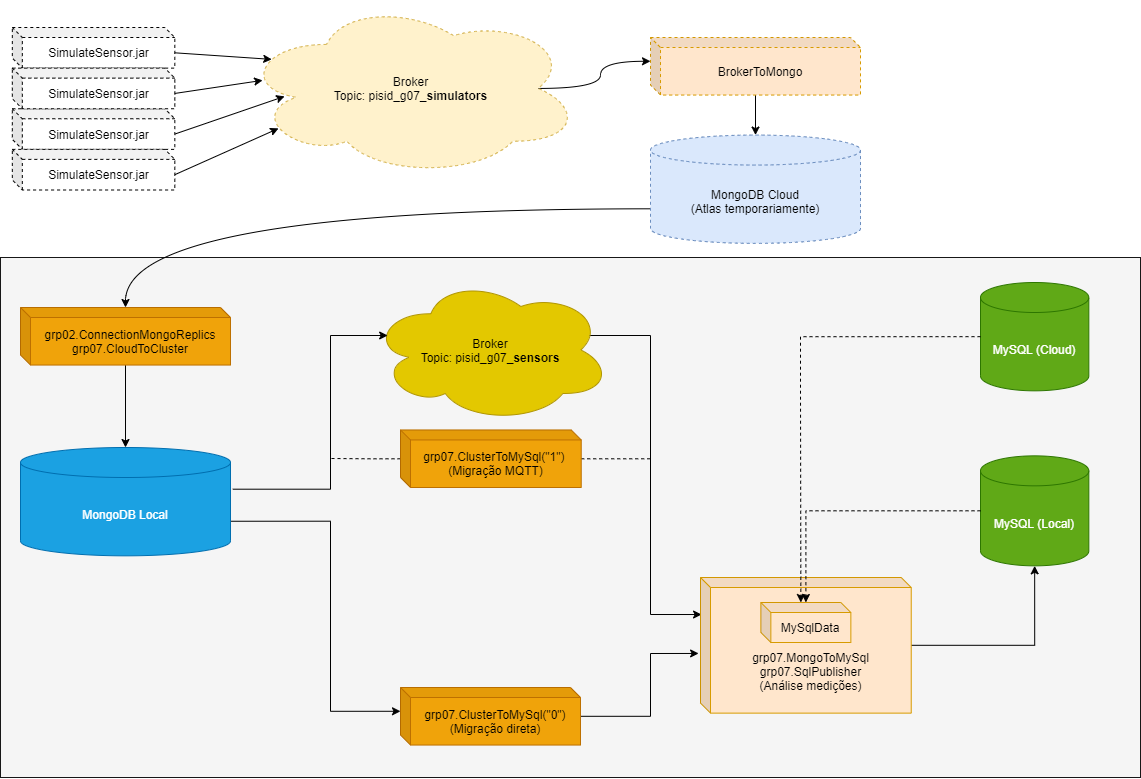
The draw.io diagram java-app/app-scheme.png in gui-ant/psid, before a commit. Source tidied: cells renumbered, new cells last; positions are measured from the earlier drawing's top-left corner, leaving out a move shared by most shapes.
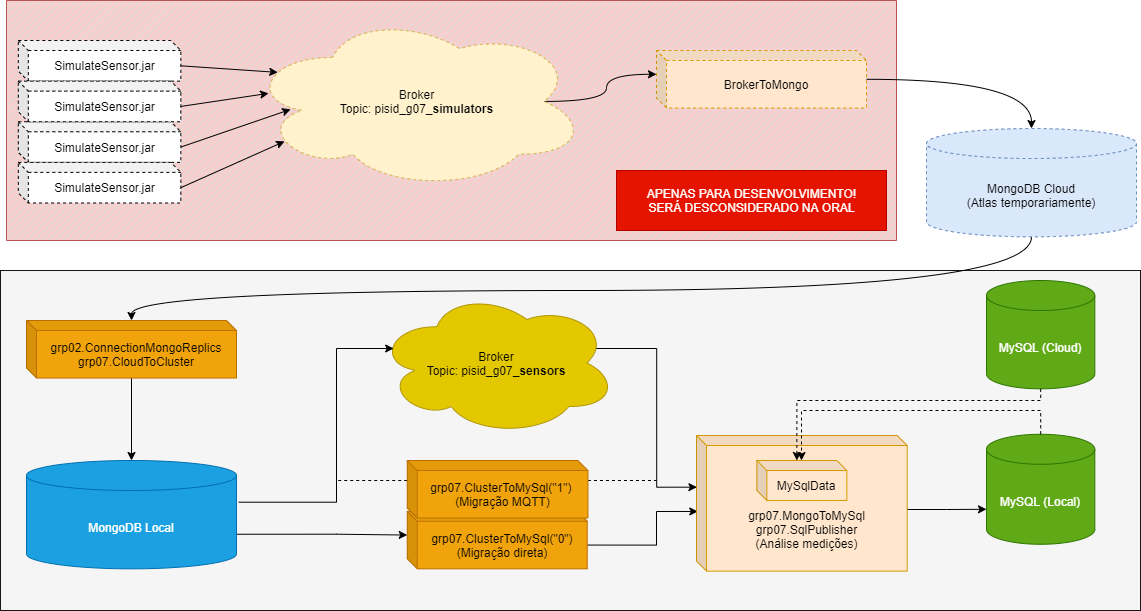
The same file after the commit.

The edit, as a diff of the source:
```diff
@@ -2,8 +2,11 @@
   <root>
     <mxCell id="0" />
     <mxCell id="1" parent="0" />
+    <mxCell id="36" style="verticalLabelPosition=bottom;verticalAlign=top;html=1;shape=mxgraph.basic.patternFillRect;fillStyle=diag;step=5;fillStrokeWidth=0.2;fillStrokeColor=#dddddd;strokeColor=#b85450;fillColor=#f8cecc;" parent="1" vertex="1">
+      <mxGeometry y="-13" width="890" height="240" as="geometry" />
+    </mxCell>
     <mxCell id="2" style="rounded=0;whiteSpace=wrap;html=1;fontColor=#333333;fillColor=#f5f5f5;strokeColor=#171717;" parent="1" vertex="1">
-      <mxGeometry y="257" width="1140" height="520" as="geometry" />
+      <mxGeometry x="-6" y="257" width="1140" height="340" as="geometry" />
     </mxCell>
     <mxCell id="3" style="edgeStyle=orthogonalEdgeStyle;rounded=0;jettySize=auto;html=1;exitDx=0;exitDy=0;exitPerimeter=0;entryDx=0;entryDy=23.776435185185186;entryPerimeter=0;curved=1;exitX=0.875;exitY=0.5;entryX=0;entryY=0;" parent="1" edge="1" source="4" target="30">
       <mxGeometry relative="1" as="geometry">
@@ -40,24 +43,19 @@
     <mxCell id="12" style="edgeStyle=none;rounded=0;jettySize=auto;html=1;entryX=0.061;entryY=0.454;entryDx=0;entryDy=0;entryPerimeter=0;exitX=0;exitY=0;exitDx=162.50033898305085;exitDy=25.3125;exitPerimeter=0;" parent="1" edge="1" source="11" target="4">
       <mxGeometry x="31.8" y="36.5" as="geometry" />
     </mxCell>
-    <mxCell id="13" style="edgeStyle=orthogonalEdgeStyle;rounded=0;jettySize=auto;html=1;entryX=-0.009;entryY=0.56;entryDx=0;entryDy=0;entryPerimeter=0;" parent="1" edge="1" source="14" target="25">
+    <mxCell id="13" style="edgeStyle=orthogonalEdgeStyle;rounded=0;jettySize=auto;html=1;entryX=0.006;entryY=0.56;entryDx=0;entryDy=0;entryPerimeter=0;exitX=0;exitY=0;exitDx=180;exitDy=33.775;exitPerimeter=0;" parent="1" edge="1" source="14" target="25">
       <mxGeometry relative="1" as="geometry">
         <Array as="points">
-          <mxPoint x="650" y="716" />
-          <mxPoint x="650" y="653" />
+          <mxPoint x="650" y="532" />
+          <mxPoint x="650" y="498" />
         </Array>
       </mxGeometry>
     </mxCell>
     <mxCell id="14" value="grp07.ClusterToMySql(&quot;0&quot;)&lt;br&gt;(Migração direta)" style="shape=cube;whiteSpace=wrap;html=1;boundedLbl=1;backgroundOutline=1;darkOpacity=0.05;darkOpacity2=0.1;size=10;fillColor=#f0a30a;strokeColor=#BD7000;fontColor=#000000;" parent="1" vertex="1">
-      <mxGeometry x="400" y="687" width="180" height="57.5" as="geometry" />
+      <mxGeometry x="400.7" y="497.8" width="180" height="57.5" as="geometry" />
     </mxCell>
-    <mxCell id="15" style="edgeStyle=orthogonalEdgeStyle;rounded=0;jettySize=auto;html=1;endArrow=classic;endFill=1;exitX=0.91;exitY=0.4;exitDx=0;exitDy=0;exitPerimeter=0;entryX=0.005;entryY=0.273;entryDx=0;entryDy=0;entryPerimeter=0;" parent="1" edge="1" source="16" target="25">
-      <mxGeometry relative="1" as="geometry">
-        <Array as="points">
-          <mxPoint x="650" y="335" />
-          <mxPoint x="650" y="614" />
-        </Array>
-      </mxGeometry>
+    <mxCell id="15" style="edgeStyle=orthogonalEdgeStyle;rounded=0;jettySize=auto;html=1;endArrow=classic;endFill=1;exitX=0.91;exitY=0.4;exitDx=0;exitDy=0;exitPerimeter=0;entryX=0.002;entryY=0.381;entryDx=0;entryDy=0;entryPerimeter=0;" parent="1" edge="1" source="16" target="25">
+      <mxGeometry relative="1" as="geometry" />
     </mxCell>
     <mxCell id="16" value="Broker&lt;br&gt;Topic: pisid_g07_&lt;b&gt;sensors&lt;/b&gt;" style="ellipse;shape=cloud;whiteSpace=wrap;html=1;fillColor=#e3c800;strokeColor=#B09500;fontColor=#000000;" parent="1" vertex="1">
       <mxGeometry x="370.4" y="277" width="240" height="145" as="geometry" />
@@ -66,24 +64,26 @@
       <mxGeometry relative="1" as="geometry">
         <mxPoint x="330" y="458" as="targetPoint" />
         <Array as="points">
-          <mxPoint x="370" y="458" />
-          <mxPoint x="330" y="458" />
+          <mxPoint x="330" y="467" />
         </Array>
       </mxGeometry>
     </mxCell>
     <mxCell id="18" style="edgeStyle=orthogonalEdgeStyle;rounded=0;jettySize=auto;html=1;endArrow=none;endFill=0;dashed=1;" parent="1" edge="1" source="19">
       <mxGeometry relative="1" as="geometry">
-        <mxPoint x="650" y="541" as="targetPoint" />
+        <mxPoint x="650" y="467" as="targetPoint" />
+        <Array as="points">
+          <mxPoint x="650" y="467" />
+        </Array>
       </mxGeometry>
     </mxCell>
     <mxCell id="19" value="grp07.ClusterToMySql(&quot;1&quot;) &lt;br&gt;(Migração MQTT)" style="shape=cube;whiteSpace=wrap;html=1;boundedLbl=1;backgroundOutline=1;darkOpacity=0.05;darkOpacity2=0.1;size=10;fillColor=#f0a30a;strokeColor=#BD7000;fontColor=#000000;" parent="1" vertex="1">
-      <mxGeometry x="400" y="429.4" width="180.7" height="57.5" as="geometry" />
+      <mxGeometry x="400.7" y="447" width="180.7" height="57.5" as="geometry" />
     </mxCell>
     <mxCell id="20" style="edgeStyle=orthogonalEdgeStyle;rounded=0;jettySize=auto;html=1;entryX=0;entryY=0;entryDx=0;entryDy=23.775;entryPerimeter=0;exitX=1;exitY=0;exitDx=0;exitDy=73.75;exitPerimeter=0;" parent="1" edge="1" source="32" target="14">
       <mxGeometry relative="1" as="geometry">
         <Array as="points">
           <mxPoint x="330" y="521" />
-          <mxPoint x="330" y="711" />
+          <mxPoint x="330" y="522" />
         </Array>
       </mxGeometry>
     </mxCell>
@@ -96,34 +96,40 @@
       </mxGeometry>
     </mxCell>
     <mxCell id="22" value="MySQL (Cloud)" style="shape=cylinder3;whiteSpace=wrap;html=1;boundedLbl=1;backgroundOutline=1;size=15;fillColor=#60a917;strokeColor=#2D7600;fontColor=#ffffff;" parent="1" vertex="1">
-      <mxGeometry x="980" y="282" width="108.3" height="108.3" as="geometry" />
+      <mxGeometry x="980" y="267" width="108.3" height="108.3" as="geometry" />
     </mxCell>
     <mxCell id="23" value="MySQL (Local)" style="shape=cylinder3;whiteSpace=wrap;html=1;boundedLbl=1;backgroundOutline=1;size=15;fillColor=#60a917;strokeColor=#2D7600;fontColor=#ffffff;" parent="1" vertex="1">
-      <mxGeometry x="980" y="455.3" width="108.3" height="110" as="geometry" />
+      <mxGeometry x="980" y="420.8" width="108.3" height="110" as="geometry" />
     </mxCell>
-    <mxCell id="24" style="edgeStyle=orthogonalEdgeStyle;rounded=0;jettySize=auto;html=1;entryX=0.5;entryY=1;entryDx=0;entryDy=0;entryPerimeter=0;endArrow=classic;endFill=1;" parent="1" edge="1" source="25" target="23">
+    <mxCell id="24" style="edgeStyle=orthogonalEdgeStyle;rounded=0;jettySize=auto;html=1;entryX=0;entryY=0;entryDx=0;entryDy=75;entryPerimeter=0;endArrow=classic;endFill=1;exitX=0;exitY=0;exitDx=210.72999999999996;exitDy=72.815;exitPerimeter=0;" parent="1" edge="1" source="25" target="23">
       <mxGeometry relative="1" as="geometry">
         <Array as="points">
-          <mxPoint x="1034" y="645" />
+          <mxPoint x="901" y="496" />
+          <mxPoint x="940" y="496" />
         </Array>
       </mxGeometry>
     </mxCell>
     <mxCell id="25" value="&lt;br&gt;&lt;br&gt;&lt;br&gt;grp07.MongoToMySql&lt;br&gt;grp07.SqlPublisher&lt;br&gt;(Análise medições)" style="shape=cube;whiteSpace=wrap;html=1;boundedLbl=1;backgroundOutline=1;darkOpacity=0.05;darkOpacity2=0.1;size=10;fillColor=#ffe6cc;strokeColor=#d79b00;" parent="1" vertex="1">
-      <mxGeometry x="700" y="577" width="210.7" height="135.6" as="geometry" />
+      <mxGeometry x="690" y="422" width="210.7" height="135.6" as="geometry" />
     </mxCell>
     <mxCell id="26" value="MySqlData" style="shape=cube;whiteSpace=wrap;html=1;boundedLbl=1;backgroundOutline=1;darkOpacity=0.05;darkOpacity2=0.1;size=10;fillColor=#ffe6cc;strokeColor=#d79b00;" parent="1" vertex="1">
-      <mxGeometry x="760.4" y="602" width="90" height="40" as="geometry" />
+      <mxGeometry x="750.4" y="447" width="90" height="40" as="geometry" />
     </mxCell>
-    <mxCell id="27" style="edgeStyle=orthogonalEdgeStyle;rounded=0;jettySize=auto;html=1;dashed=1;endArrow=classic;endFill=1;exitX=0;exitY=0.5;exitDx=0;exitDy=0;exitPerimeter=0;entryX=0;entryY=0;entryDx=40;entryDy=0;entryPerimeter=0;" parent="1" edge="1" source="22" target="26">
+    <mxCell id="27" style="edgeStyle=orthogonalEdgeStyle;rounded=0;jettySize=auto;html=1;dashed=1;endArrow=classic;endFill=1;exitX=0.5;exitY=1;exitDx=0;exitDy=0;exitPerimeter=0;entryX=0;entryY=0;entryDx=40;entryDy=0;entryPerimeter=0;" parent="1" edge="1" source="22" target="26">
       <mxGeometry relative="1" as="geometry">
         <Array as="points">
-          <mxPoint x="800" y="336" />
-          <mxPoint x="800" y="390" />
+          <mxPoint x="1034" y="387" />
+          <mxPoint x="790" y="387" />
         </Array>
       </mxGeometry>
     </mxCell>
     <mxCell id="28" style="edgeStyle=orthogonalEdgeStyle;rounded=0;jettySize=auto;html=1;endArrow=classic;endFill=1;dashed=1;" parent="1" edge="1" source="23" target="26">
-      <mxGeometry relative="1" as="geometry" />
+      <mxGeometry relative="1" as="geometry">
+        <Array as="points">
+          <mxPoint x="1034" y="397" />
+          <mxPoint x="795" y="397" />
+        </Array>
+      </mxGeometry>
     </mxCell>
     <mxCell id="29" style="edgeStyle=orthogonalEdgeStyle;rounded=0;jettySize=auto;html=1;curved=1;entryX=0.5;entryY=0;entryDx=0;entryDy=0;entryPerimeter=0;" parent="1" edge="1" source="30" target="31">
       <mxGeometry relative="1" as="geometry" />
@@ -132,7 +138,7 @@
       <mxGeometry x="650" y="37" width="210" height="57.6" as="geometry" />
     </mxCell>
     <mxCell id="31" value="MongoDB Cloud&lt;br&gt;(Atlas temporariamente)" style="shape=cylinder3;whiteSpace=wrap;html=1;boundedLbl=1;backgroundOutline=1;size=15;fillColor=#dae8fc;strokeColor=#6c8ebf;dashed=1;" parent="1" vertex="1">
-      <mxGeometry x="650" y="134.6" width="210" height="108.3" as="geometry" />
+      <mxGeometry x="920" y="115" width="210" height="108.3" as="geometry" />
     </mxCell>
     <mxCell id="32" value="MongoDB Local" style="shape=cylinder3;whiteSpace=wrap;html=1;boundedLbl=1;backgroundOutline=1;size=15;fillColor=#1ba1e2;strokeColor=#006EAF;fontColor=#ffffff;" parent="1" vertex="1">
       <mxGeometry x="20" y="447" width="210" height="108.3" as="geometry" />
@@ -143,8 +149,16 @@
     <mxCell id="34" value="grp02.ConnectionMongoReplics&lt;br&gt;grp07.CloudToCluster" style="shape=cube;whiteSpace=wrap;html=1;boundedLbl=1;backgroundOutline=1;darkOpacity=0.05;darkOpacity2=0.1;size=10;fillColor=#f0a30a;strokeColor=#BD7000;fontColor=#000000;" parent="1" vertex="1">
       <mxGeometry x="20" y="307" width="210" height="57.6" as="geometry" />
     </mxCell>
-    <mxCell id="35" style="edgeStyle=orthogonalEdgeStyle;curved=1;rounded=0;jettySize=auto;html=1;exitX=0;exitY=0;exitDx=0;exitDy=73.75111111111111;exitPerimeter=0;" parent="1" edge="1" source="31" target="34">
-      <mxGeometry as="geometry" />
+    <mxCell id="35" style="edgeStyle=orthogonalEdgeStyle;curved=1;rounded=0;jettySize=auto;html=1;exitX=0.5;exitY=1;exitDx=0;exitDy=0;exitPerimeter=0;" parent="1" edge="1" source="31" target="34">
+      <mxGeometry as="geometry">
+        <Array as="points">
+          <mxPoint x="1025" y="277" />
+          <mxPoint x="125" y="277" />
+        </Array>
+      </mxGeometry>
     </mxCell>
+    <mxCell id="37" value="APENAS PARA DESENVOLVIMENTO!&lt;br&gt;SERÁ DESCONSIDERADO NA ORAL" style="verticalLabelPosition=middle;verticalAlign=middle;html=1;shape=mxgraph.basic.rect;fillColor2=none;strokeWidth=1;size=30;indent=100;fillColor=#e51400;labelPosition=center;align=center;strokeColor=#B20000;fontColor=#ffffff;" parent="1" vertex="1">
+      <mxGeometry x="610" y="157" width="270" height="60" as="geometry" />
+    </mxCell>
   </root>
 </mxGraphModel>
```
